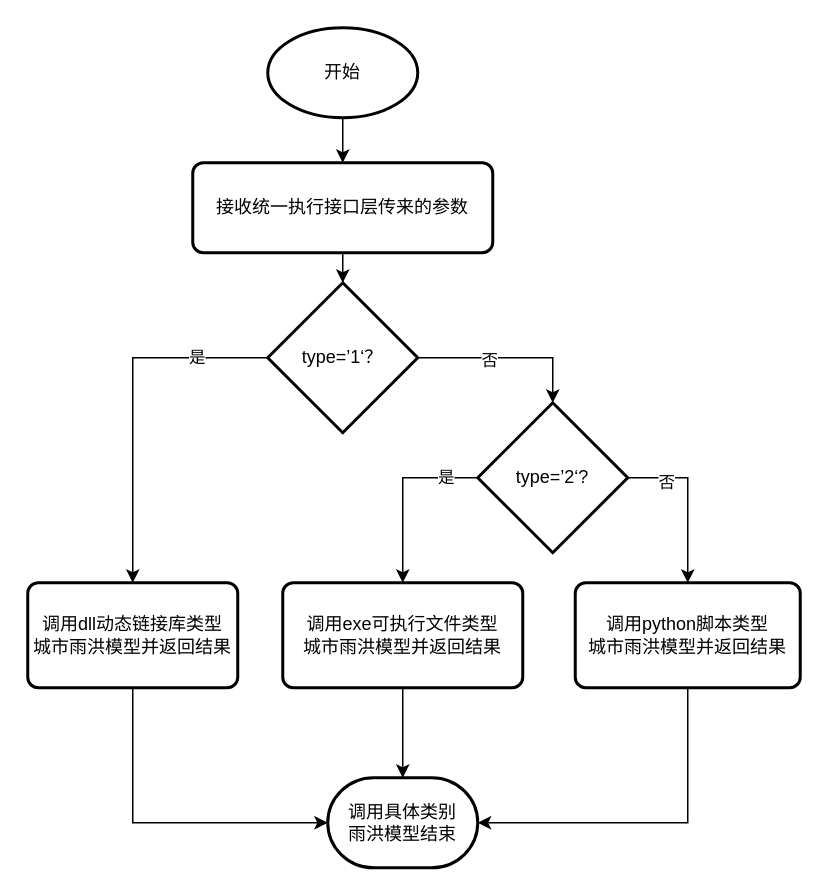
Above: bridge.drawio in liujing-maker/IDEA (draw.io), before the change. Source tidied: cells renumbered, new cells numbered last; positions are measured from the earlier drawing's top-left corner, leaving out a move shared by most shapes. Both pictures are drawn from the tidied source at 150%, with x=0, y=0 at pixel (27, 27).
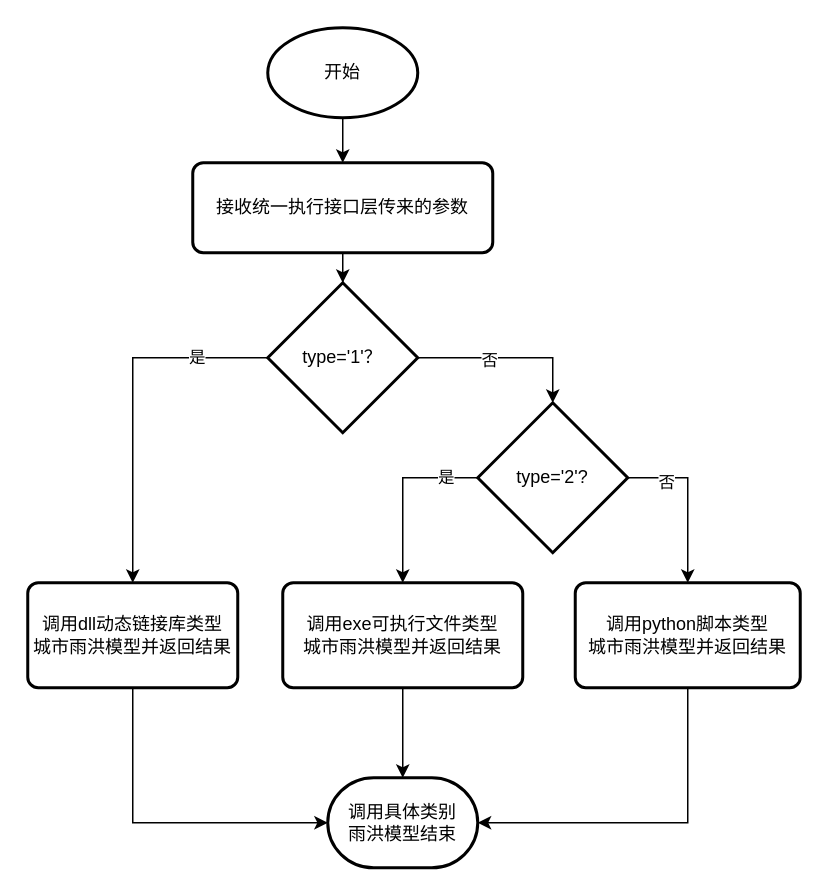
The same diagram, later.

The edit, as a diff of the source:
```diff
@@
-    <mxCell id="7" value="type=’1‘？" style="strokeWidth=2;html=1;shape=mxgraph.flowchart.decision;whiteSpace=wrap;" parent="1" vertex="1">
+    <mxCell id="7" value="type='1'？" style="strokeWidth=2;html=1;shape=mxgraph.flowchart.decision;whiteSpace=wrap;" parent="1" vertex="1">
       <mxGeometry x="160" y="170" width="100" height="100" as="geometry" />
     </mxCell>
@@
-    <mxCell id="15" value="type=’2‘?" style="strokeWidth=2;html=1;shape=mxgraph.flowchart.decision;whiteSpace=wrap;" parent="1" vertex="1">
+    <mxCell id="15" value="type='2'?" style="strokeWidth=2;html=1;shape=mxgraph.flowchart.decision;whiteSpace=wrap;" parent="1" vertex="1">
       <mxGeometry x="300" y="250" width="100" height="100" as="geometry" />
     </mxCell>
```
